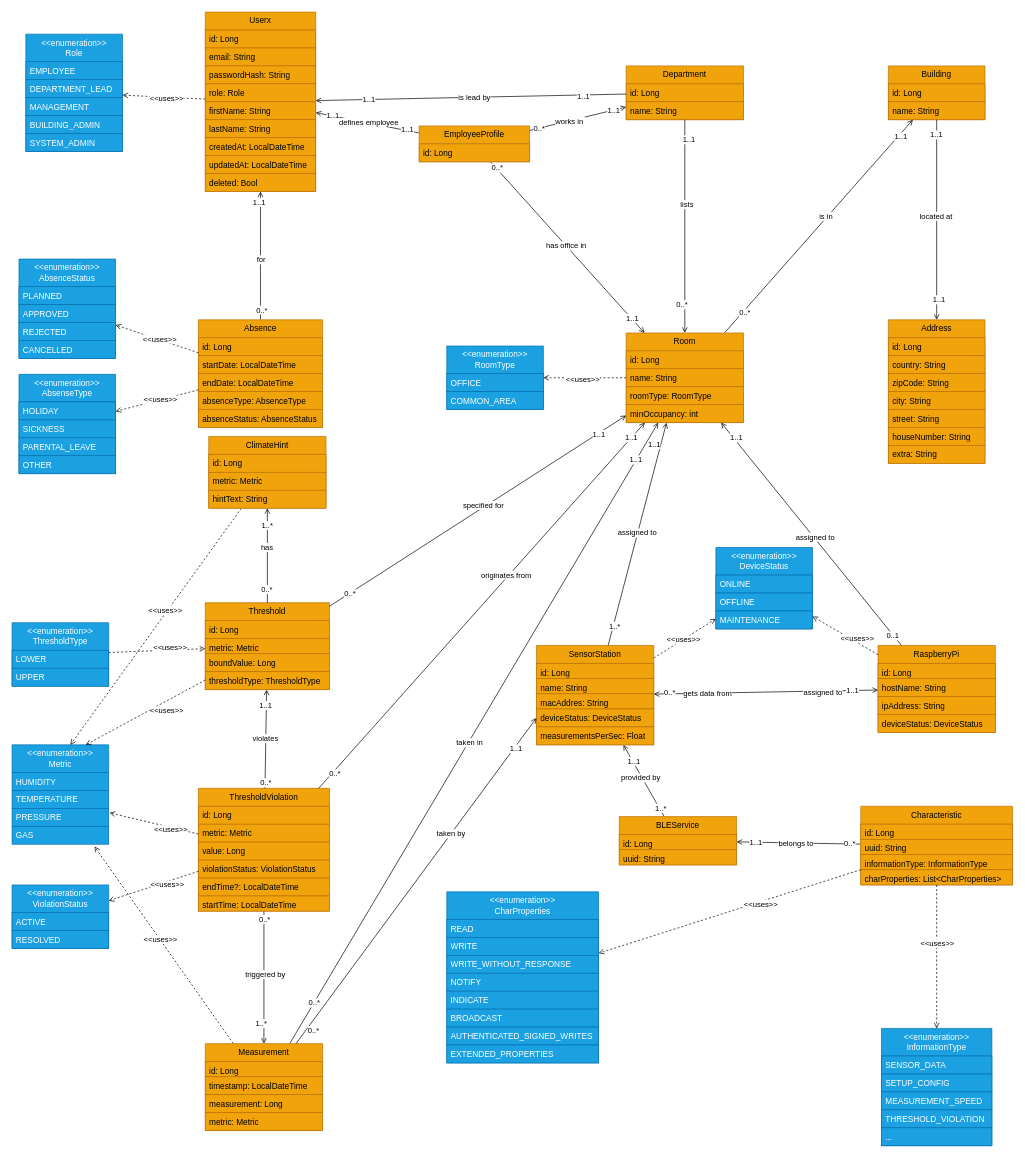
This is docs/Softwarekonzept_V2/images/climate-canary-webapp-backend .drawio from adriano-paganini/ClimateCanary, a draw.io file, before an edit. Source tidied: cells renumbered, new cells numbered last; positions are measured from the earlier drawing's top-left corner, leaving out a move shared by most shapes. Both pictures are drawn from the tidied source at 69%, with x=0, y=0 at pixel (12, 12).
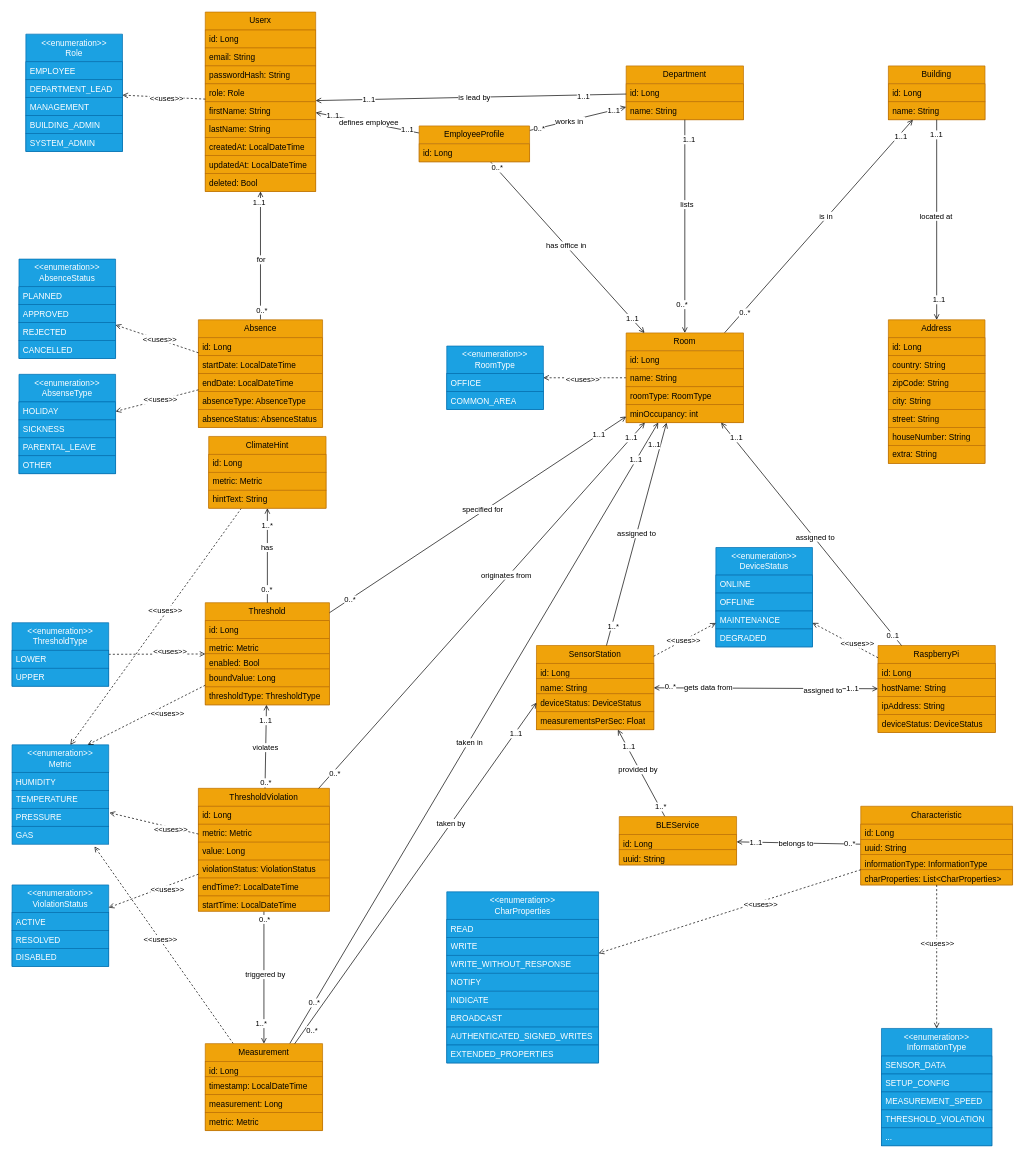
The same diagram, later.

The edit, as a diff of the source:
```diff
@@
     <mxCell id="82" value="SensorStation" style="swimlane;fontStyle=0;horizontal=1;startSize=26;fillColor=#f0a30a;whiteSpace=wrap;html=1;fontColor=#000000;strokeColor=#BD7000;" parent="1" vertex="1">
-      <mxGeometry x="760" y="918" width="170" height="144" as="geometry" />
+      <mxGeometry x="760" y="918" width="170" height="122" as="geometry" />
     </mxCell>
@@
-    <mxCell id="85" value="macAddres: String" style="text;strokeColor=#BD7000;fillColor=#f0a30a;align=left;verticalAlign=top;spacingLeft=4;spacingRight=4;overflow=hidden;whiteSpace=wrap;html=1;fontColor=#000000;" parent="82" vertex="1">
-      <mxGeometry y="70" width="170" height="22" as="geometry" />
-    </mxCell>
     <mxCell id="86" value="deviceStatus: DeviceStatus" style="text;strokeColor=#BD7000;fillColor=#f0a30a;align=left;verticalAlign=top;spacingLeft=4;spacingRight=4;overflow=hidden;points=[[0,0.5],[1,0.5]];portConstraint=eastwest;whiteSpace=wrap;html=1;fontColor=#000000;" parent="82" vertex="1">
-      <mxGeometry y="92" width="170" height="26" as="geometry" />
+      <mxGeometry y="70" width="170" height="26" as="geometry" />
     </mxCell>
     <mxCell id="87" value="measurementsPerSec: Float" style="text;strokeColor=#BD7000;fillColor=#f0a30a;align=left;verticalAlign=top;spacingLeft=4;spacingRight=4;overflow=hidden;whiteSpace=wrap;html=1;fontColor=#000000;" parent="82" vertex="1">
-      <mxGeometry y="118" width="170" height="26" as="geometry" />
+      <mxGeometry y="96" width="170" height="26" as="geometry" />
     </mxCell>
@@
     <mxCell id="103" value="Threshold" style="swimlane;fontStyle=0;horizontal=1;startSize=26;fillColor=#f0a30a;whiteSpace=wrap;html=1;fontColor=#000000;strokeColor=#BD7000;" parent="1" vertex="1">
-      <mxGeometry x="280" y="856" width="180" height="126" as="geometry" />
+      <mxGeometry x="280" y="856" width="180" height="148" as="geometry" />
     </mxCell>
@@
+    <mxCell id="237" value="&lt;div&gt;&lt;span style=&quot;background-color: transparent; color: light-dark(rgb(0, 0, 0), rgb(255, 255, 255));&quot;&gt;enabled: Bool&lt;/span&gt;&lt;/div&gt;" style="text;strokeColor=#BD7000;fillColor=#f0a30a;align=left;verticalAlign=top;spacingLeft=4;spacingRight=4;overflow=hidden;whiteSpace=wrap;html=1;fontColor=#000000;" parent="103" vertex="1">
+      <mxGeometry y="74" width="180" height="22" as="geometry" />
+    </mxCell>
     <mxCell id="106" value="boundValue: Long" style="text;strokeColor=#BD7000;fillColor=#f0a30a;align=left;verticalAlign=top;spacingLeft=4;spacingRight=4;overflow=hidden;whiteSpace=wrap;html=1;fontColor=#000000;" parent="103" vertex="1">
-      <mxGeometry y="74" width="180" height="26" as="geometry" />
+      <mxGeometry y="96" width="180" height="26" as="geometry" />
     </mxCell>
     <mxCell id="107" value="thresholdType: ThresholdType" style="text;strokeColor=#BD7000;fillColor=#f0a30a;align=left;verticalAlign=top;spacingLeft=4;spacingRight=4;overflow=hidden;whiteSpace=wrap;html=1;fontColor=#000000;" parent="103" vertex="1">
-      <mxGeometry y="100" width="180" height="26" as="geometry" />
+      <mxGeometry y="122" width="180" height="26" as="geometry" />
     </mxCell>
@@
     <mxCell id="120" value="&lt;div&gt;&amp;lt;&amp;lt;enumeration&amp;gt;&amp;gt;&lt;/div&gt;DeviceStatus" style="swimlane;fontStyle=0;horizontal=1;startSize=40;fillColor=#1ba1e2;whiteSpace=wrap;html=1;fontColor=#ffffff;strokeColor=#006EAF;" parent="1" vertex="1">
-      <mxGeometry x="1020" y="776" width="140" height="118" as="geometry" />
+      <mxGeometry x="1020" y="776" width="140" height="144" as="geometry" />
     </mxCell>
@@
+    <mxCell id="238" value="DEGRADED" style="text;strokeColor=#006EAF;fillColor=#1ba1e2;align=left;verticalAlign=top;spacingLeft=4;spacingRight=4;overflow=hidden;whiteSpace=wrap;html=1;fontColor=#ffffff;" parent="120" vertex="1">
+      <mxGeometry y="118" width="140" height="26" as="geometry" />
+    </mxCell>
     <mxCell id="124" value="&lt;div&gt;&amp;lt;&amp;lt;enumeration&amp;gt;&amp;gt;&lt;/div&gt;ViolationStatus" style="swimlane;fontStyle=0;horizontal=1;startSize=40;fillColor=#1ba1e2;whiteSpace=wrap;html=1;fontColor=#ffffff;strokeColor=#006EAF;" parent="1" vertex="1">
-      <mxGeometry y="1265" width="140" height="92" as="geometry" />
+      <mxGeometry y="1265" width="140" height="118" as="geometry" />
     </mxCell>
@@
+    <mxCell id="239" value="DISABLED" style="text;strokeColor=#006EAF;fillColor=#1ba1e2;align=left;verticalAlign=top;spacingLeft=4;spacingRight=4;overflow=hidden;whiteSpace=wrap;html=1;fontColor=#ffffff;" parent="124" vertex="1">
+      <mxGeometry y="92" width="140" height="26" as="geometry" />
+    </mxCell>
```
